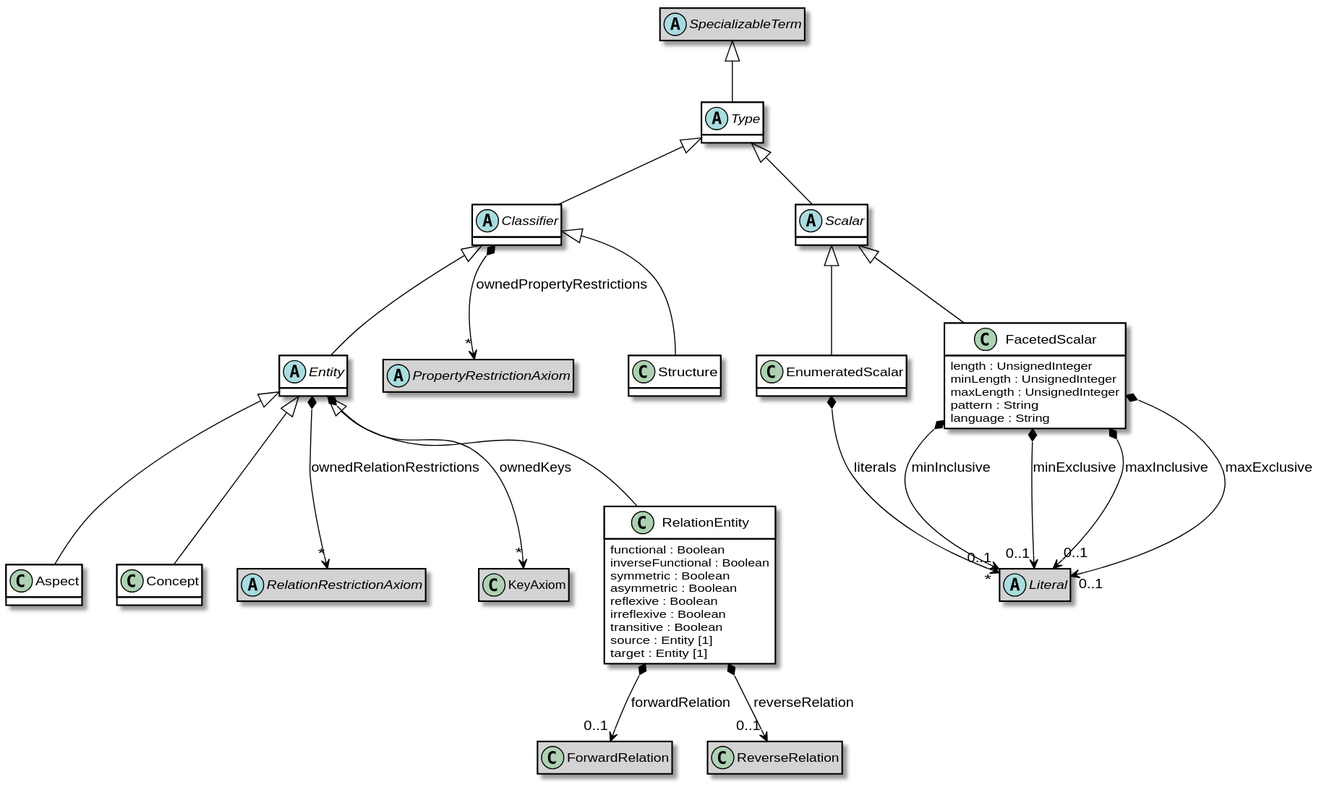
Before: images/oml-Types.svg, a diagram exported from PlantUML (opencaesar/oml). Its diagram source:
```plantuml
@startuml
skinparam classBackgroundColor LightGray
skinparam classBorderColor Black
skinparam enumBorderColor Black
skinparam ArrowColor Black
hide methods
class Aspect [[#Aspect]] #white {
}
Aspect -up-|> Entity [[#Entity]]
abstract class Classifier [[#Classifier]] #white {
}
abstract class PropertyRestrictionAxiom [[#PropertyRestrictionAxiom]]
hide PropertyRestrictionAxiom members
Classifier -up-|> Type [[#Type]]
Classifier *--> "*" PropertyRestrictionAxiom : ownedPropertyRestrictions
class Concept [[#Concept]] #white {
}
Concept -up-|> Entity [[#Entity]]
abstract class Entity [[#Entity]] #white {
}
abstract class RelationRestrictionAxiom [[#RelationRestrictionAxiom]]
hide RelationRestrictionAxiom members
class KeyAxiom [[#KeyAxiom]]
hide KeyAxiom members
Entity -up-|> Classifier [[#Classifier]]
Entity *--> "*" RelationRestrictionAxiom : ownedRelationRestrictions
Entity *--> "*" KeyAxiom : ownedKeys
class EnumeratedScalar [[#EnumeratedScalar]] #white {
}
abstract class Literal [[#Literal]]
hide Literal members
EnumeratedScalar -up-|> Scalar [[#Scalar]]
EnumeratedScalar *--> "*" Literal : literals
class FacetedScalar [[#FacetedScalar]] #white {
	length : UnsignedInteger
	minLength : UnsignedInteger
	maxLength : UnsignedInteger
	pattern : String
	language : String
}
abstract class Literal [[#Literal]]
hide Literal members
abstract class Literal [[#Literal]]
hide Literal members
abstract class Literal [[#Literal]]
hide Literal members
abstract class Literal [[#Literal]]
hide Literal members
FacetedScalar -up-|> Scalar [[#Scalar]]
FacetedScalar *--> "0..1" Literal : minInclusive
FacetedScalar *--> "0..1" Literal : minExclusive
FacetedScalar *--> "0..1" Literal : maxInclusive
FacetedScalar *--> "0..1" Literal : maxExclusive
class RelationEntity [[#RelationEntity]] #white {
	functional : Boolean
	inverseFunctional : Boolean
	symmetric : Boolean
	asymmetric : Boolean
	reflexive : Boolean
	irreflexive : Boolean
	transitive : Boolean
	source : Entity [1]
	target : Entity [1]
}
class ForwardRelation [[#ForwardRelation]]
hide ForwardRelation members
class ReverseRelation [[#ReverseRelation]]
hide ReverseRelation members
RelationEntity -up-|> Entity [[#Entity]]
RelationEntity *--> "0..1" ForwardRelation : forwardRelation
RelationEntity *--> "0..1" ReverseRelation : reverseRelation
abstract class Scalar [[#Scalar]] #white {
}
Scalar -up-|> Type [[#Type]]
class Structure [[#Structure]] #white {
}
Structure -up-|> Classifier [[#Classifier]]
abstract class Type [[#Type]] #white {
}
abstract class SpecializableTerm [[#SpecializableTerm]]
hide SpecializableTerm members
Type -up-|> SpecializableTerm [[#SpecializableTerm]]
@enduml
```
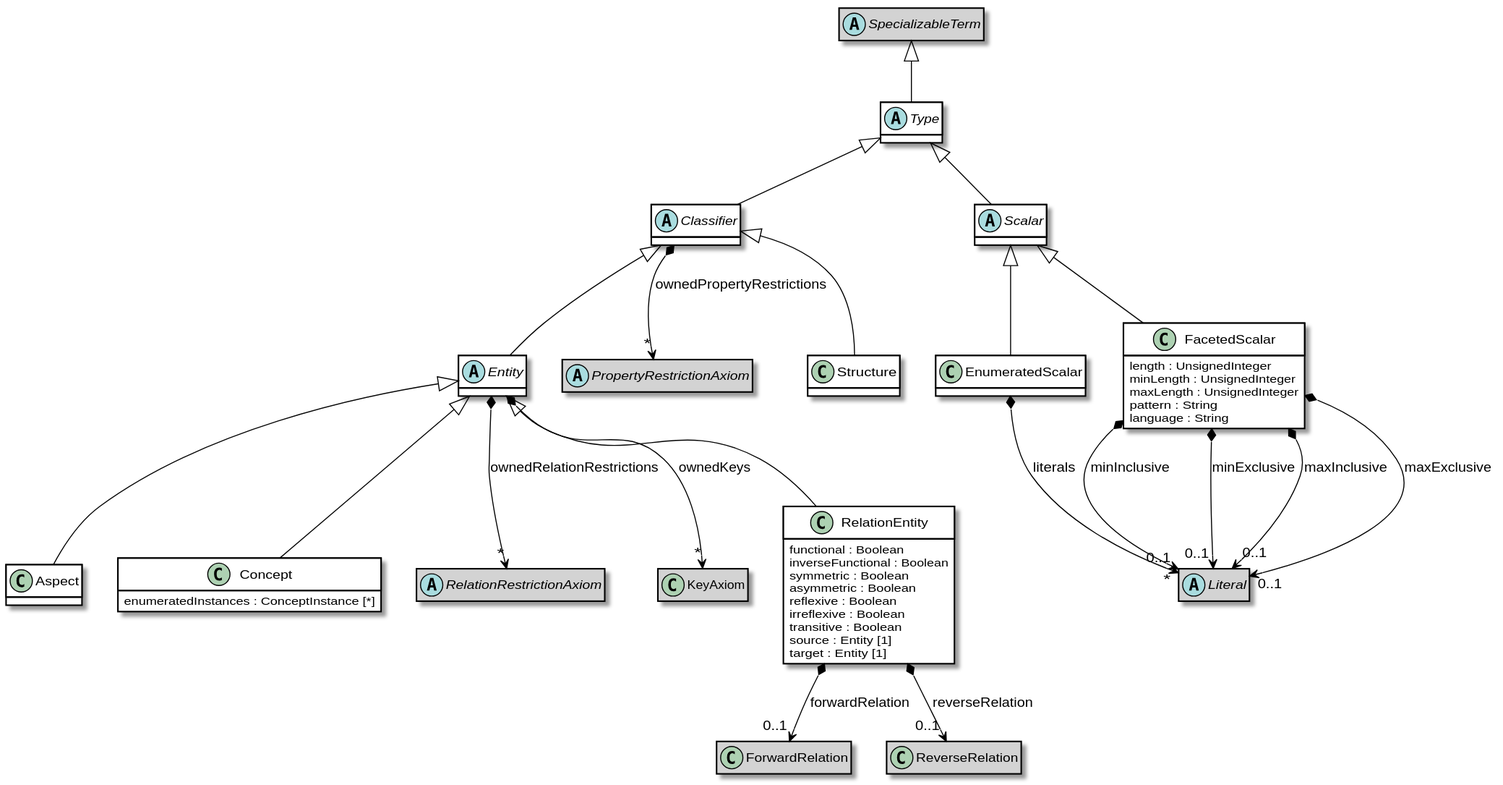
After the change.

The edit, as a diff of the source:
```diff
@@ -14,6 +14,7 @@
 Classifier -up-|> Type [[#Type]]
 Classifier *--> "*" PropertyRestrictionAxiom : ownedPropertyRestrictions
 class Concept [[#Concept]] #white {
+	enumeratedInstances : ConceptInstance [*]
 }
 Concept -up-|> Entity [[#Entity]]
 abstract class Entity [[#Entity]] #white {
```
